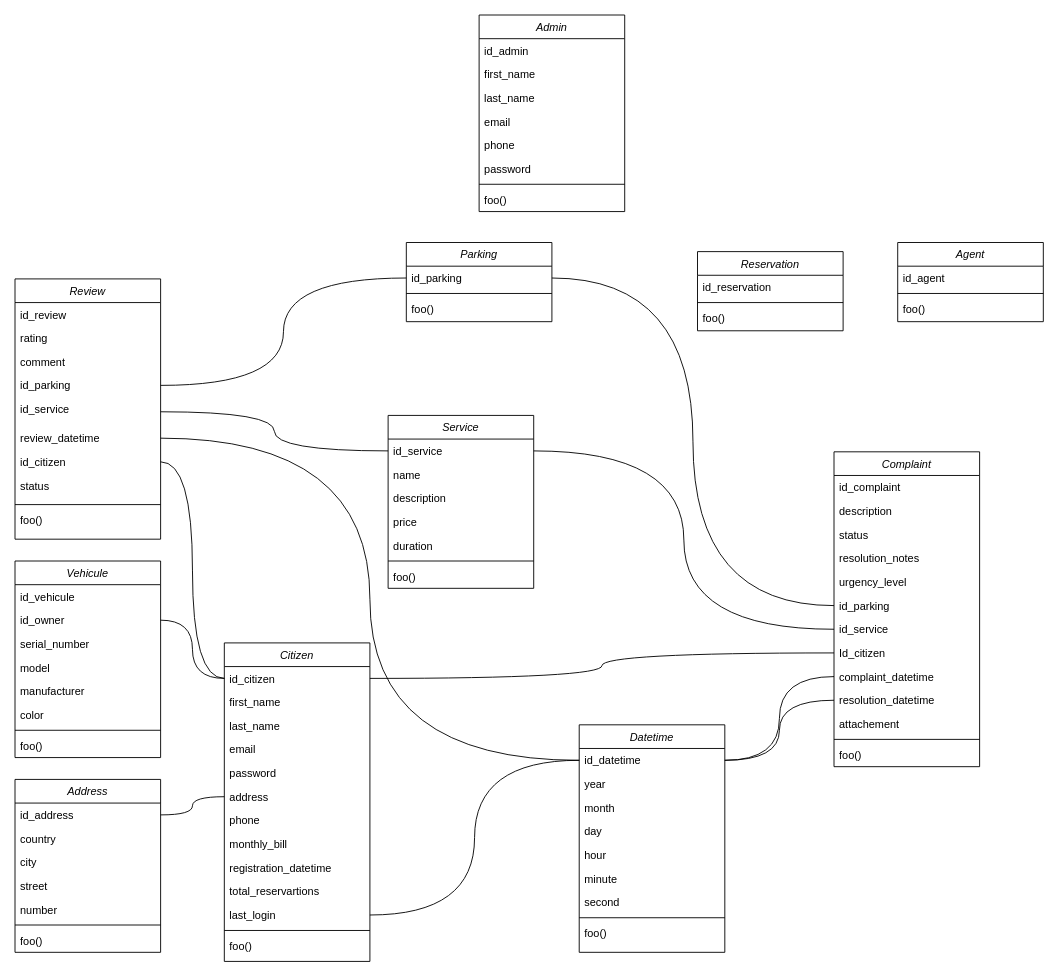
Earlier version of the draw.io diagram docs/Untitled Diagram.drawio (anomaly1095/parky). Source tidied: cells renumbered, new cells numbered last; positions are measured from the earlier drawing's top-left corner, leaving out a move shared by most shapes. Both pictures are drawn from the tidied source at 91%, with x=0, y=0 at pixel (15, 15).
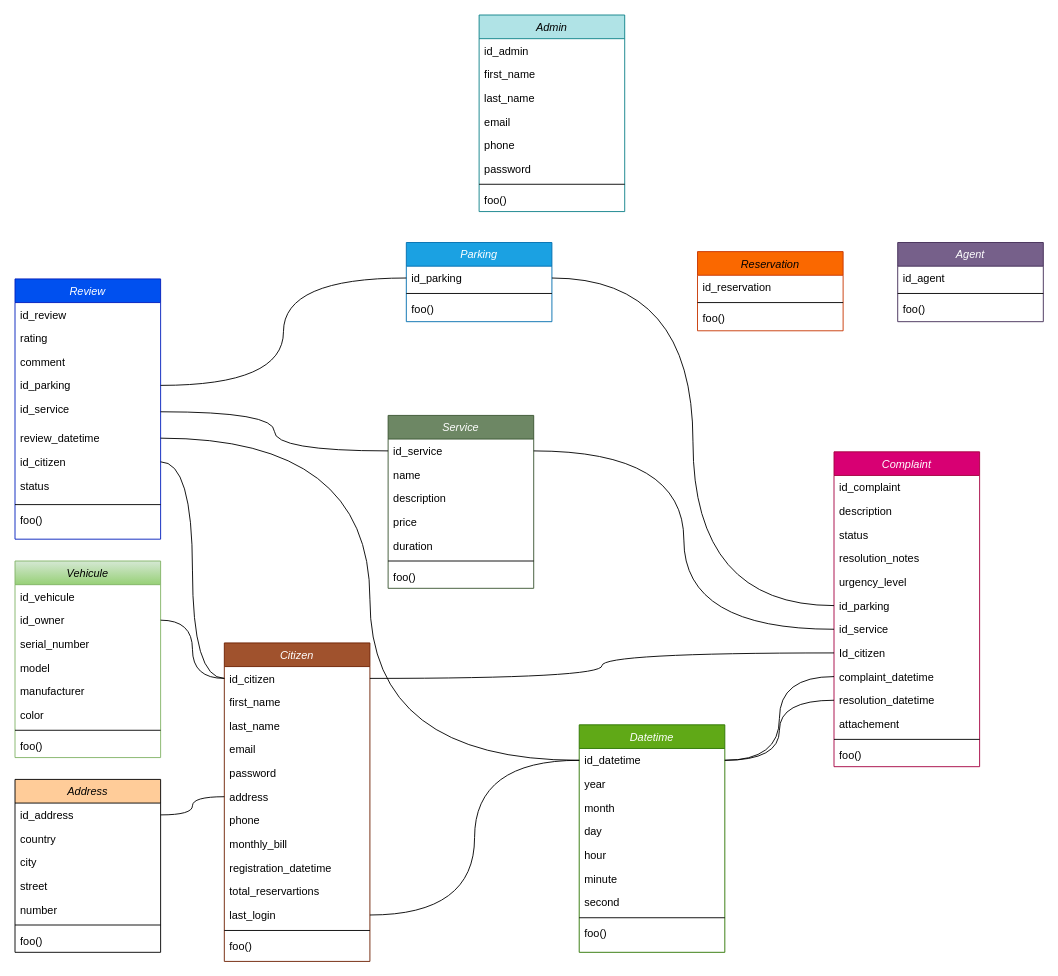
Above is the later version.

Commit message:
Update Untitled Diagram.drawio added colors to tables

The edit, as a diff of the source:
```diff
@@
-    <mxCell id="2" value="Address" style="swimlane;fontStyle=2;align=center;verticalAlign=top;horizontal=1;startSize=26;rounded=0;shadow=0;strokeWidth=1;" parent="1" vertex="1">
+    <mxCell id="2" value="Address" style="swimlane;fontStyle=2;align=center;verticalAlign=top;horizontal=1;startSize=26;rounded=0;shadow=0;strokeWidth=1;fillColor=#ffcc99;strokeColor=default;" parent="1" vertex="1">
       <mxGeometry y="840" width="160" height="190" as="geometry" />
     </mxCell>
@@
-    <mxCell id="10" value="Review" style="swimlane;fontStyle=2;align=center;verticalAlign=top;horizontal=1;startSize=26;rounded=0;shadow=0;strokeWidth=1;" parent="1" vertex="1">
+    <mxCell id="10" value="Review" style="swimlane;fontStyle=2;align=center;verticalAlign=top;horizontal=1;startSize=26;rounded=0;shadow=0;strokeWidth=1;fillColor=#0050ef;strokeColor=#001DBC;fontColor=#ffffff;" parent="1" vertex="1">
       <mxGeometry y="290" width="160" height="286" as="geometry" />
     </mxCell>
@@
-    <mxCell id="21" value="Complaint" style="swimlane;fontStyle=2;align=center;verticalAlign=top;horizontal=1;startSize=26;rounded=0;shadow=0;strokeWidth=1;" parent="1" vertex="1">
+    <mxCell id="21" value="Complaint" style="swimlane;fontStyle=2;align=center;verticalAlign=top;horizontal=1;startSize=26;rounded=0;shadow=0;strokeWidth=1;fillColor=#d80073;strokeColor=#A50040;fontColor=#ffffff;" parent="1" vertex="1">
       <mxGeometry x="900" y="480" width="160" height="346" as="geometry" />
     </mxCell>
@@
-    <mxCell id="35" value="Datetime" style="swimlane;fontStyle=2;align=center;verticalAlign=top;horizontal=1;startSize=26;rounded=0;shadow=0;strokeWidth=1;" parent="1" vertex="1">
+    <mxCell id="35" value="Datetime" style="swimlane;fontStyle=2;align=center;verticalAlign=top;horizontal=1;startSize=26;rounded=0;shadow=0;strokeWidth=1;fillColor=#60a917;strokeColor=#2D7600;fontColor=#ffffff;" parent="1" vertex="1">
       <mxGeometry x="620" y="780" width="160" height="250" as="geometry" />
     </mxCell>
@@
-    <mxCell id="45" value="Vehicule" style="swimlane;fontStyle=2;align=center;verticalAlign=top;horizontal=1;startSize=26;rounded=0;shadow=0;strokeWidth=1;" parent="1" vertex="1">
+    <mxCell id="45" value="Vehicule" style="swimlane;fontStyle=2;align=center;verticalAlign=top;horizontal=1;startSize=26;rounded=0;shadow=0;strokeWidth=1;fillColor=#d5e8d4;strokeColor=#82b366;gradientColor=#97d077;" parent="1" vertex="1">
       <mxGeometry y="600" width="160" height="216" as="geometry" />
     </mxCell>
@@
-    <mxCell id="54" value="Citizen" style="swimlane;fontStyle=2;align=center;verticalAlign=top;horizontal=1;startSize=26;rounded=0;shadow=0;strokeWidth=1;" parent="1" vertex="1">
+    <mxCell id="54" value="Citizen" style="swimlane;fontStyle=2;align=center;verticalAlign=top;horizontal=1;startSize=26;rounded=0;shadow=0;strokeWidth=1;fillColor=#a0522d;fontColor=#ffffff;strokeColor=#6D1F00;" parent="1" vertex="1">
       <mxGeometry x="230" y="690" width="160" height="350" as="geometry" />
     </mxCell>
@@
-    <mxCell id="68" value="Agent" style="swimlane;fontStyle=2;align=center;verticalAlign=top;horizontal=1;startSize=26;rounded=0;shadow=0;strokeWidth=1;" parent="1" vertex="1">
+    <mxCell id="68" value="Agent" style="swimlane;fontStyle=2;align=center;verticalAlign=top;horizontal=1;startSize=26;rounded=0;shadow=0;strokeWidth=1;fillColor=#76608a;strokeColor=#432D57;fontColor=#ffffff;" parent="1" vertex="1">
       <mxGeometry x="970" y="250" width="160" height="87" as="geometry" />
     </mxCell>
@@
-    <mxCell id="72" value="Admin" style="swimlane;fontStyle=2;align=center;verticalAlign=top;horizontal=1;startSize=26;rounded=0;shadow=0;strokeWidth=1;" parent="1" vertex="1">
+    <mxCell id="72" value="Admin" style="swimlane;fontStyle=2;align=center;verticalAlign=top;horizontal=1;startSize=26;rounded=0;shadow=0;strokeWidth=1;fillColor=#b0e3e6;strokeColor=#0e8088;" parent="1" vertex="1">
       <mxGeometry x="510" width="160" height="216" as="geometry" />
     </mxCell>
@@
-    <mxCell id="81" value="Service" style="swimlane;fontStyle=2;align=center;verticalAlign=top;horizontal=1;startSize=26;rounded=0;shadow=0;strokeWidth=1;" parent="1" vertex="1">
+    <mxCell id="81" value="Service" style="swimlane;fontStyle=2;align=center;verticalAlign=top;horizontal=1;startSize=26;rounded=0;shadow=0;strokeWidth=1;fillColor=#6d8764;fontColor=#ffffff;strokeColor=#3A5431;" parent="1" vertex="1">
       <mxGeometry x="410" y="440" width="160" height="190" as="geometry" />
     </mxCell>
@@
-    <mxCell id="89" value="Parking" style="swimlane;fontStyle=2;align=center;verticalAlign=top;horizontal=1;startSize=26;rounded=0;shadow=0;strokeWidth=1;" parent="1" vertex="1">
+    <mxCell id="89" value="Parking" style="swimlane;fontStyle=2;align=center;verticalAlign=top;horizontal=1;startSize=26;rounded=0;shadow=0;strokeWidth=1;fillColor=#1ba1e2;strokeColor=#006EAF;fontColor=#ffffff;" parent="1" vertex="1">
       <mxGeometry x="430" y="250" width="160" height="87" as="geometry" />
     </mxCell>
@@
-    <mxCell id="93" value="Reservation" style="swimlane;fontStyle=2;align=center;verticalAlign=top;horizontal=1;startSize=26;rounded=0;shadow=0;strokeWidth=1;" parent="1" vertex="1">
+    <mxCell id="93" value="Reservation" style="swimlane;fontStyle=2;align=center;verticalAlign=top;horizontal=1;startSize=26;rounded=0;shadow=0;strokeWidth=1;fillColor=#fa6800;strokeColor=#C73500;fontColor=#000000;" parent="1" vertex="1">
       <mxGeometry x="750" y="260" width="160" height="87" as="geometry" />
     </mxCell>
```
